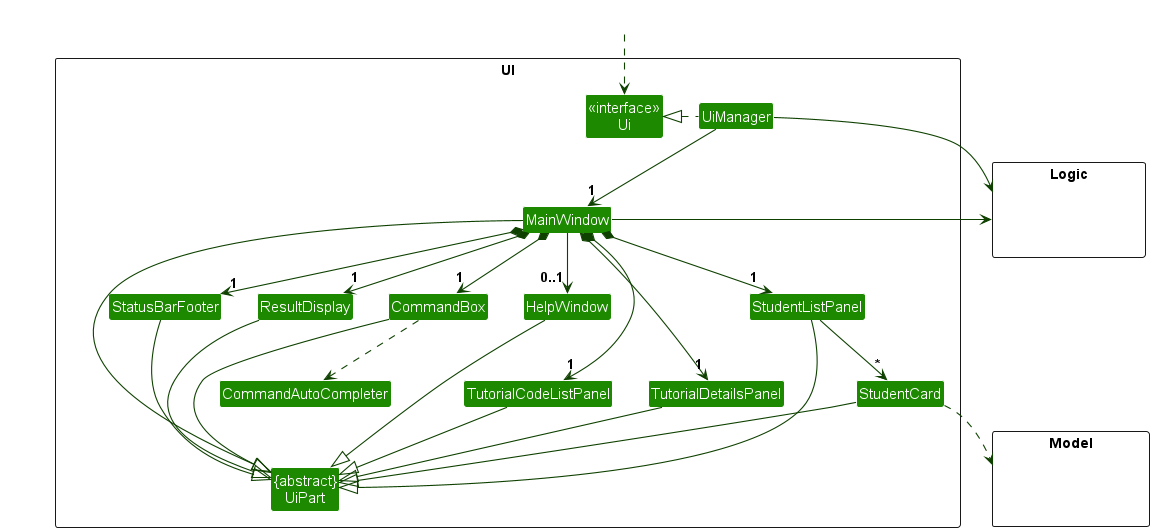
jyc300564/tp keeps this PlantUML diagram as docs/images/UiClassDiagram.png. Above is the earlier version. The source it was exported from:
```plantuml
@startuml
!include style.puml
skinparam arrowThickness 1.1
skinparam arrowColor UI_COLOR_T4
skinparam classBackgroundColor UI_COLOR

package UI <<Rectangle>>{
Class "<<interface>>\nUi" as Ui
Class "{abstract}\nUiPart" as UiPart
Class UiManager
Class MainWindow
Class HelpWindow
Class ResultDisplay
Class StudentListPanel
Class StudentCard
Class StatusBarFooter
Class CommandBox
Class TutorialCodeListPanel
Class TutorialDetailsPanel
Class CommandAutoCompleter
}

package Model <<Rectangle>> {
Class HiddenModel #FFFFFF
}

package Logic <<Rectangle>> {
Class HiddenLogic #FFFFFF
}

Class HiddenOutside #FFFFFF
HiddenOutside ..> Ui

UiManager .left.|> Ui
UiManager -down-> "1" MainWindow
MainWindow *-down->  "1" CommandBox
MainWindow *-down-> "1" ResultDisplay
MainWindow *-down-> "1" StudentListPanel
MainWindow *-down-> "1" StatusBarFooter
MainWindow --> "0..1" HelpWindow
MainWindow *-down-> "1" TutorialCodeListPanel
MainWindow *-down-> "1" TutorialDetailsPanel

StudentListPanel -down-> "*" StudentCard

MainWindow -left-|> UiPart

ResultDisplay --|> UiPart
CommandBox --|> UiPart
StudentListPanel --|> UiPart
StudentCard --|> UiPart
StatusBarFooter --|> UiPart
HelpWindow --|> UiPart
TutorialCodeListPanel --|> UiPart
TutorialDetailsPanel --|> UiPart

StudentCard ..> Model
UiManager -right-> Logic
MainWindow -left-> Logic
CommandBox ..> CommandAutoCompleter

StudentListPanel -[hidden]left- HelpWindow
HelpWindow -[hidden]left- CommandBox
CommandBox -[hidden]left- ResultDisplay
ResultDisplay -[hidden]left- StatusBarFooter

MainWindow -[hidden]-|> UiPart
@enduml
```
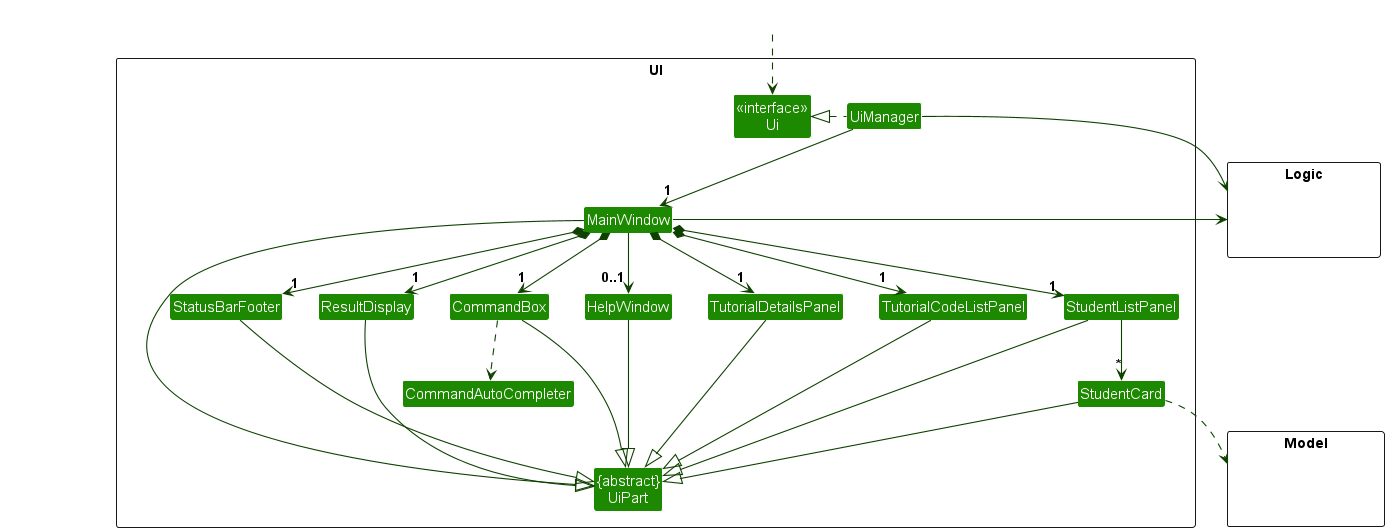
Above is the later version.

Change to the diagram source:
```diff
@@ -55,11 +55,13 @@
 TutorialDetailsPanel --|> UiPart
 
 StudentCard ..> Model
+CommandBox ..> CommandAutoCompleter
 UiManager -right-> Logic
 MainWindow -left-> Logic
-CommandBox ..> CommandAutoCompleter
 
-StudentListPanel -[hidden]left- HelpWindow
+StudentListPanel -[hidden]left- TutorialCodeListPanel
+TutorialCodeListPanel -[hidden]left- TutorialDetailsPanel
+TutorialDetailsPanel -[hidden]left- HelpWindow
 HelpWindow -[hidden]left- CommandBox
 CommandBox -[hidden]left- ResultDisplay
 ResultDisplay -[hidden]left- StatusBarFooter
```
